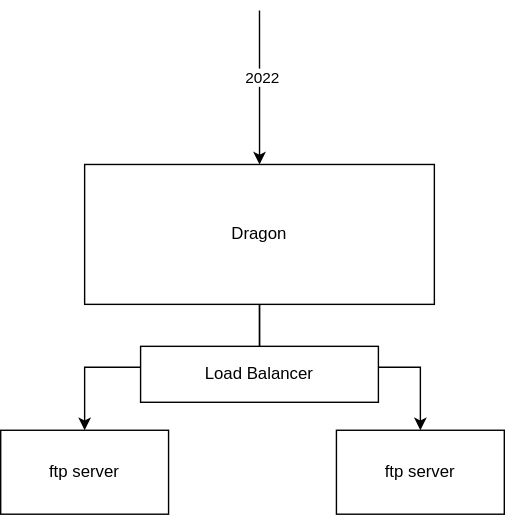
Above: ftpport22.svg in vjavle/invoicecloud (draw.io), before the change. Source tidied: cells renumbered, new cells last; positions are measured from the earlier drawing's top-left corner, leaving out a move shared by most shapes. The source it was exported from:
```xml
<mxGraphModel>
  <root>
    <mxCell id="0" />
    <mxCell id="1" parent="0" />
    <mxCell id="2" style="edgeStyle=orthogonalEdgeStyle;rounded=0;jettySize=auto;html=1;endArrow=none;endFill=0;startArrow=classic;startFill=1;" parent="1" edge="1" source="5">
      <mxGeometry relative="1" as="geometry">
        <mxPoint x="185" as="targetPoint" />
        <Array as="points">
          <mxPoint x="185" y="50" />
          <mxPoint x="185" y="50" />
        </Array>
      </mxGeometry>
    </mxCell>
    <mxCell id="3" value="2022" style="edgeLabel;html=1;align=center;verticalAlign=middle;" parent="2" vertex="1">
      <mxGeometry x="0.13" y="-2" relative="1" as="geometry" />
    </mxCell>
    <mxCell id="4" style="edgeStyle=orthogonalEdgeStyle;rounded=0;jettySize=auto;html=1;startArrow=none;startFill=0;endArrow=classic;endFill=1;" parent="1" edge="1" source="5" target="6">
      <mxGeometry relative="1" as="geometry" />
    </mxCell>
    <mxCell id="5" value="Dragon" style="rounded=0;whiteSpace=wrap;html=1;" parent="1" vertex="1">
      <mxGeometry x="60" y="110" width="250" height="100" as="geometry" />
    </mxCell>
    <mxCell id="6" value="ftp server" style="rounded=0;whiteSpace=wrap;html=1;" parent="1" vertex="1">
      <mxGeometry y="300" width="120" height="60" as="geometry" />
    </mxCell>
    <mxCell id="7" style="edgeStyle=orthogonalEdgeStyle;rounded=0;jettySize=auto;html=1;entryX=0.5;entryY=1;entryDx=0;entryDy=0;startArrow=classic;startFill=1;endArrow=none;endFill=0;" parent="1" edge="1" source="8" target="5">
      <mxGeometry relative="1" as="geometry" />
    </mxCell>
    <mxCell id="8" value="ftp server" style="rounded=0;whiteSpace=wrap;html=1;" parent="1" vertex="1">
      <mxGeometry x="240" y="300" width="120" height="60" as="geometry" />
    </mxCell>
    <mxCell id="9" value="Load Balancer" style="rounded=0;whiteSpace=wrap;html=1;" parent="1" vertex="1">
      <mxGeometry x="100" y="240" width="170" height="40" as="geometry" />
    </mxCell>
  </root>
</mxGraphModel>
```
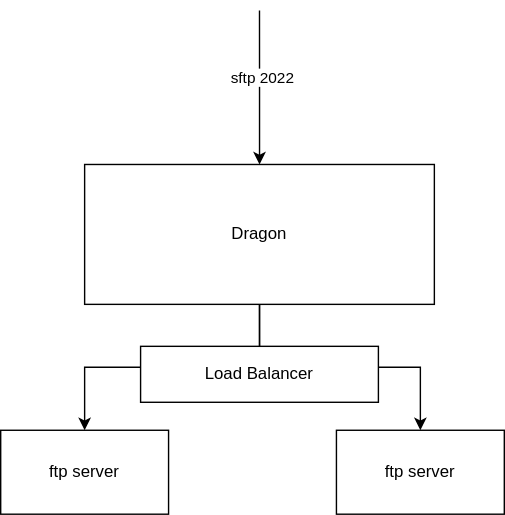
The same file after the commit.

Change to the diagram source:
```diff
@@ -11,7 +11,7 @@
         </Array>
       </mxGeometry>
     </mxCell>
-    <mxCell id="3" value="2022" style="edgeLabel;html=1;align=center;verticalAlign=middle;" parent="2" vertex="1">
+    <mxCell id="3" value="sftp 2022" style="edgeLabel;html=1;align=center;verticalAlign=middle;" parent="2" vertex="1">
       <mxGeometry x="0.13" y="-2" relative="1" as="geometry" />
     </mxCell>
     <mxCell id="4" style="edgeStyle=orthogonalEdgeStyle;rounded=0;jettySize=auto;html=1;startArrow=none;startFill=0;endArrow=classic;endFill=1;" parent="1" edge="1" source="5" target="6">
```
